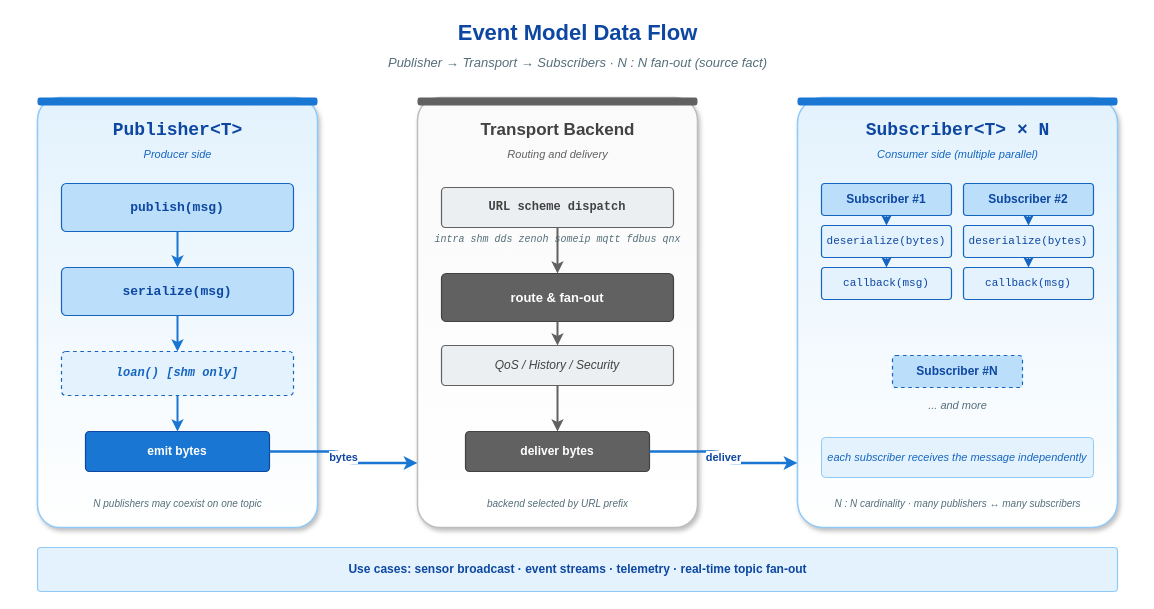
PinkMan-03/vlink keeps this draw.io diagram as doc/images/event-dataflow.drawio. Above is the earlier version. Source tidied: cells renumbered, new cells numbered last; positions are measured from the earlier drawing's top-left corner, leaving out a move shared by most shapes. Both pictures are drawn from the tidied source at 100%, with x=0, y=0 at pixel (17, 17).
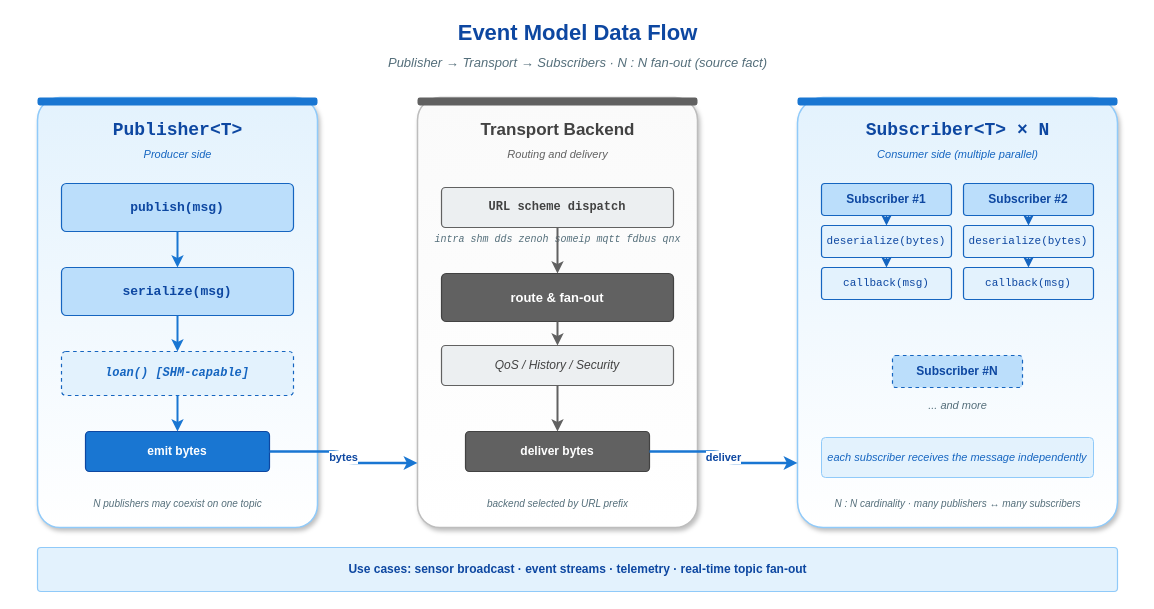
Above is the later version.

The edit, as a diff of the source:
```diff
@@
-    <mxCell id="10" value="&lt;b&gt;loan() [shm only]&lt;/b&gt;" style="rounded=1;whiteSpace=wrap;html=1;fillColor=#e3f2fd;strokeColor=#1565c0;strokeWidth=1.2;arcSize=10;dashed=1;fontSize=12;fontFamily=Courier New;fontStyle=2;fontColor=#1565c0;" parent="1" vertex="1">
+    <mxCell id="10" value="&lt;b&gt;loan() [SHM-capable]&lt;/b&gt;" style="rounded=1;whiteSpace=wrap;html=1;fillColor=#e3f2fd;strokeColor=#1565c0;strokeWidth=1.2;arcSize=10;dashed=1;fontSize=12;fontFamily=Courier New;fontStyle=2;fontColor=#1565c0;" parent="1" vertex="1">
       <mxGeometry x="44" y="334" width="232" height="44" as="geometry" />
     </mxCell>
```
